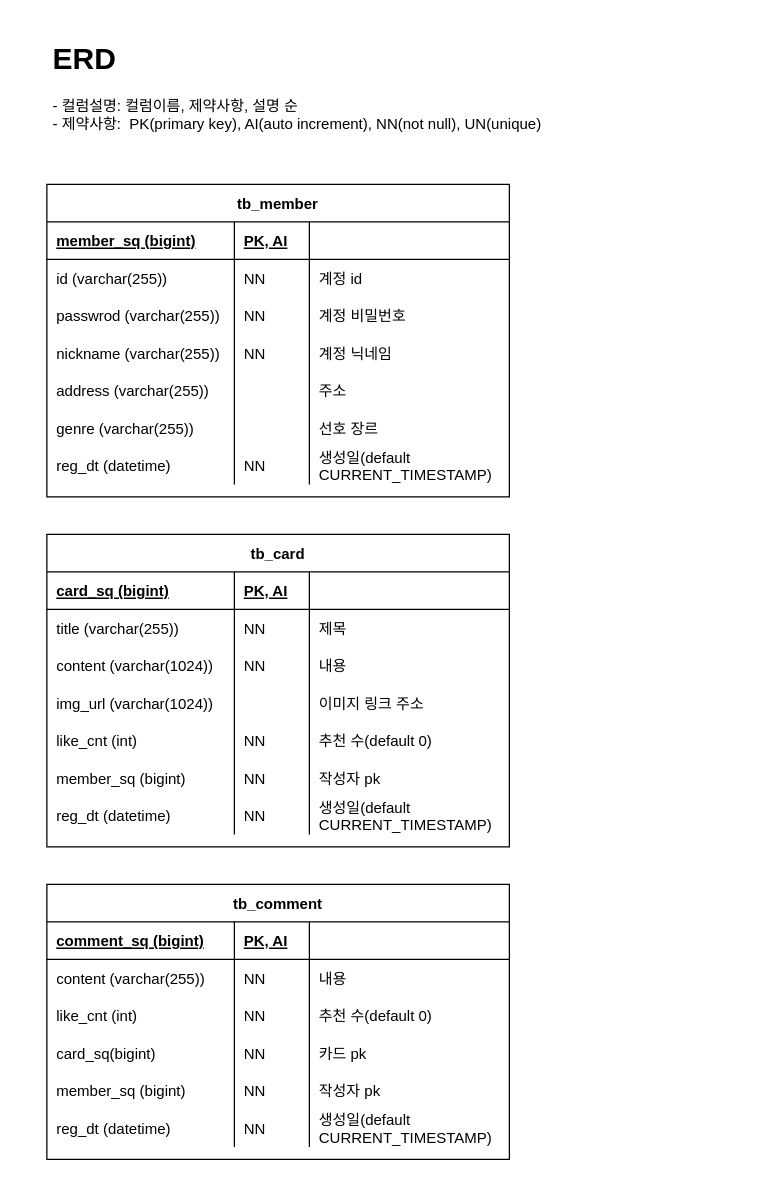
kimhanui/vue-toy-server keeps this draw.io diagram as ERD.drawio. Above is the earlier version. Source tidied: cells renumbered, new cells numbered last; positions are measured from the earlier drawing's top-left corner, leaving out a move shared by most shapes. Both pictures are drawn from the tidied source at 125%, with x=0, y=0 at pixel (21, 34).
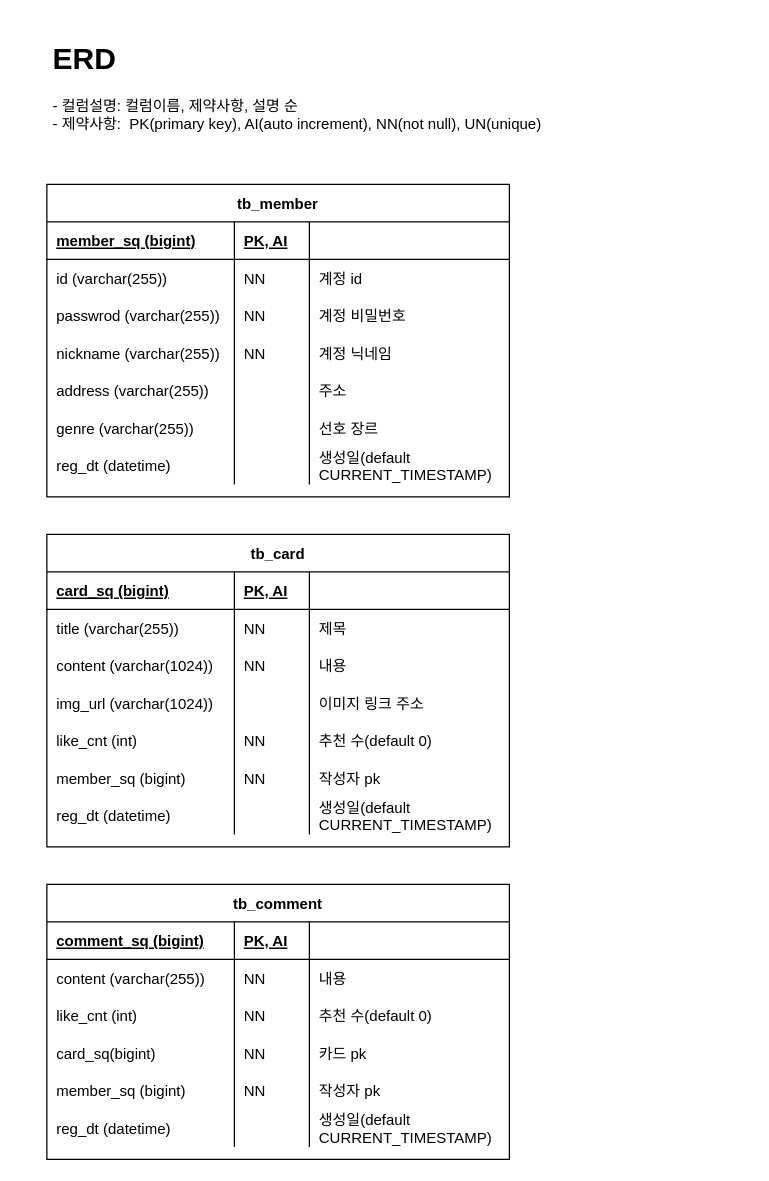
The same page after the edit.

The change refers to these unchanged cells:
```xml
<mxCell id="27" style="shape=tableRow;horizontal=0;startSize=0;swimlaneHead=0;swimlaneBody=0;fillColor=none;top=0;left=0;right=0;bottom=0;" parent="2" vertex="1">
  <mxGeometry y="210" width="370" height="30" as="geometry" />
</mxCell>
<mxCell id="58" style="shape=tableRow;horizontal=0;startSize=0;swimlaneHead=0;swimlaneBody=0;fillColor=none;top=0;left=0;right=0;bottom=0;" parent="33" vertex="1">
  <mxGeometry y="210" width="370" height="30" as="geometry" />
</mxCell>
<mxCell id="83" style="shape=tableRow;horizontal=0;startSize=0;swimlaneHead=0;swimlaneBody=0;fillColor=none;top=0;left=0;right=0;bottom=0;" parent="62" vertex="1">
  <mxGeometry y="180" width="370" height="30" as="geometry" />
</mxCell>
```

The edit, as a diff of the source:
```diff
@@
-    <mxCell id="29" value="NN" style="shape=partialRectangle;fillColor=none;top=0;left=0;bottom=0;right=0;align=left;spacingLeft=6;overflow=hidden;" parent="27" vertex="1">
+    <mxCell id="29" style="shape=partialRectangle;fillColor=none;top=0;left=0;bottom=0;right=0;align=left;spacingLeft=6;overflow=hidden;" parent="27" vertex="1">
       <mxGeometry x="150" width="60" height="30" as="geometry" />
     </mxCell>
@@
-    <mxCell id="60" value="NN" style="shape=partialRectangle;fillColor=none;top=0;left=0;bottom=0;right=0;align=left;spacingLeft=6;overflow=hidden;" parent="58" vertex="1">
+    <mxCell id="60" style="shape=partialRectangle;fillColor=none;top=0;left=0;bottom=0;right=0;align=left;spacingLeft=6;overflow=hidden;" parent="58" vertex="1">
       <mxGeometry x="150" width="60" height="30" as="geometry" />
     </mxCell>
@@
-    <mxCell id="85" value="NN" style="shape=partialRectangle;fillColor=none;top=0;left=0;bottom=0;right=0;align=left;spacingLeft=6;overflow=hidden;" parent="83" vertex="1">
+    <mxCell id="85" style="shape=partialRectangle;fillColor=none;top=0;left=0;bottom=0;right=0;align=left;spacingLeft=6;overflow=hidden;" parent="83" vertex="1">
       <mxGeometry x="150" width="60" height="30" as="geometry" />
     </mxCell>
```
